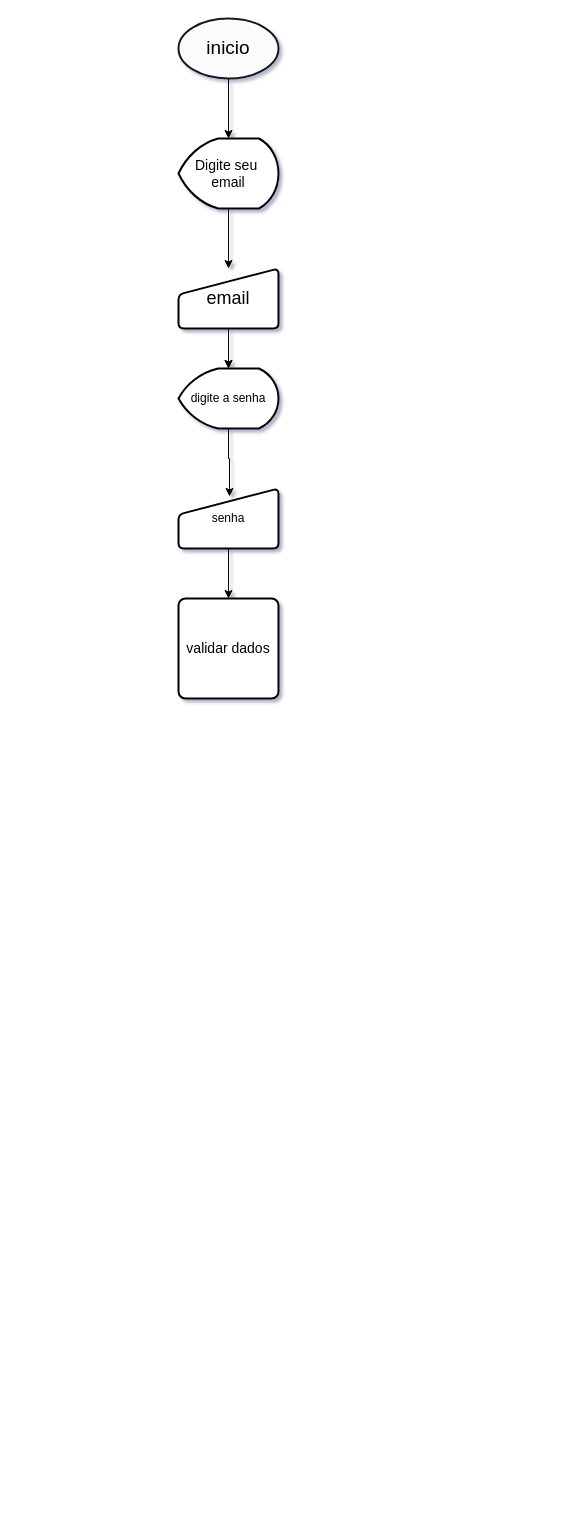
Before: Diagrama sem nome.drawio in keth894/Baby-book, a draw.io diagram. Source tidied: cells renumbered, new cells numbered last; positions are measured from the earlier drawing's top-left corner, leaving out a move shared by most shapes. Both pictures are drawn from the tidied source at 100%, with x=0, y=0 at pixel (178, 18).
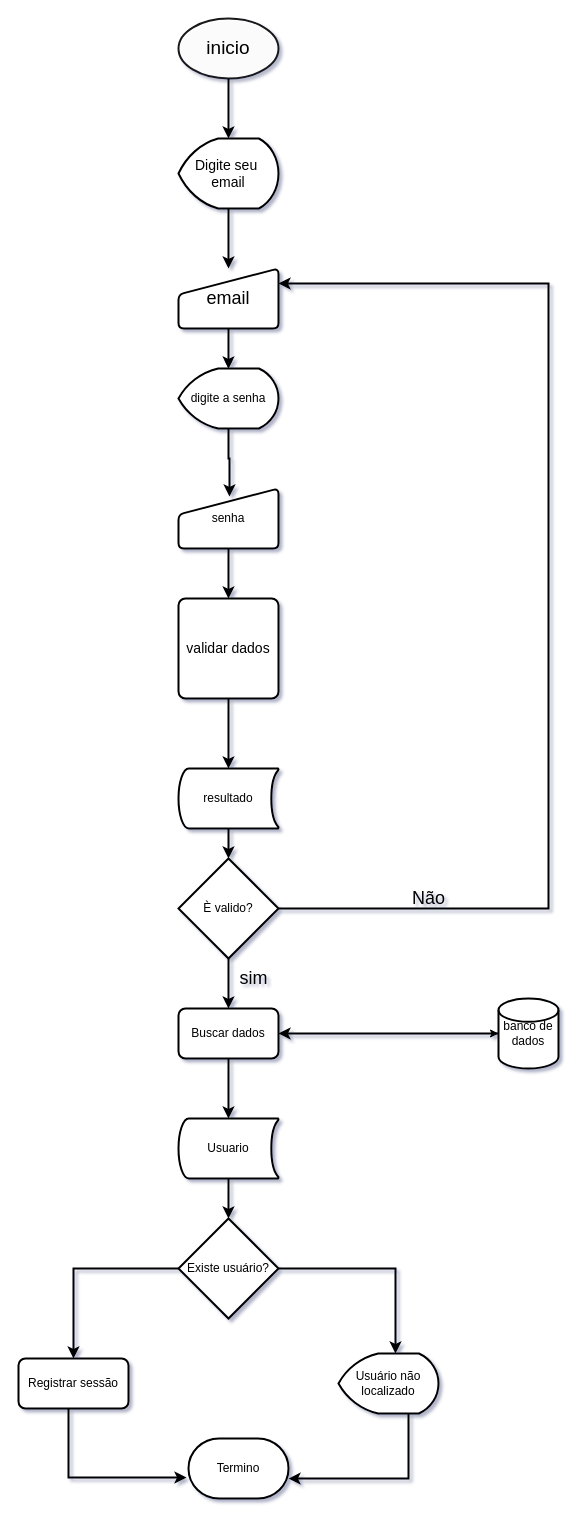
The same page after the edit.

Unchanged cells that the change refers to:
```xml
<mxCell id="4" value="inicio" style="strokeWidth=2;html=1;shape=mxgraph.flowchart.start_1;whiteSpace=wrap;perimeterSpacing=0;opacity=90;fontSize=19;strokeColor=#000000;" parent="1" vertex="1">
  <mxGeometry width="100" height="60" as="geometry" />
</mxCell>
<mxCell id="6" value="Digite seu&amp;nbsp;&lt;br style=&quot;font-size: 14px;&quot;&gt;email" style="strokeWidth=2;html=1;shape=mxgraph.flowchart.display;whiteSpace=wrap;fontSize=14;" parent="1" vertex="1">
  <mxGeometry y="120" width="100" height="70" as="geometry" />
</mxCell>
<mxCell id="9" value="email" style="html=1;strokeWidth=2;shape=manualInput;whiteSpace=wrap;rounded=1;size=26;arcSize=11;fontSize=18;" parent="1" vertex="1">
  <mxGeometry y="250" width="100" height="60" as="geometry" />
</mxCell>
<mxCell id="11" value="digite a senha" style="strokeWidth=2;html=1;shape=mxgraph.flowchart.display;whiteSpace=wrap;" parent="1" vertex="1">
  <mxGeometry y="350" width="100" height="60" as="geometry" />
</mxCell>
<mxCell id="13" value="senha" style="html=1;strokeWidth=2;shape=manualInput;whiteSpace=wrap;rounded=1;size=26;arcSize=11;" parent="1" vertex="1">
  <mxGeometry y="470" width="100" height="60" as="geometry" />
</mxCell>
<mxCell id="14" value="validar dados" style="rounded=1;whiteSpace=wrap;html=1;absoluteArcSize=1;arcSize=14;strokeWidth=2;fontSize=14;" parent="1" vertex="1">
  <mxGeometry y="580" width="100" height="100" as="geometry" />
</mxCell>
```

Change to the diagram source:
```diff
@@
-    <mxCell id="3" style="edgeStyle=orthogonalEdgeStyle;rounded=0;jettySize=auto;html=1;entryX=0.5;entryY=0;entryDx=0;entryDy=0;entryPerimeter=0;strokeColor=#000000;" parent="1" edge="1" source="4" target="6">
+    <mxCell id="3" style="edgeStyle=orthogonalEdgeStyle;rounded=0;jettySize=auto;html=1;entryX=0.5;entryY=0;entryDx=0;entryDy=0;entryPerimeter=0;strokeColor=#000000;strokeWidth=2;" parent="1" edge="1" source="4" target="6">
       <mxGeometry relative="1" as="geometry" />
     </mxCell>
@@
-    <mxCell id="5" style="edgeStyle=orthogonalEdgeStyle;rounded=0;jettySize=auto;html=1;strokeColor=#000000;" parent="1" edge="1" source="6" target="9">
+    <mxCell id="5" style="edgeStyle=orthogonalEdgeStyle;rounded=0;jettySize=auto;html=1;strokeColor=#000000;strokeWidth=2;" parent="1" edge="1" source="6" target="9">
       <mxGeometry relative="1" as="geometry" />
     </mxCell>
@@
-    <mxCell id="8" style="edgeStyle=orthogonalEdgeStyle;rounded=0;jettySize=auto;html=1;exitX=0.5;exitY=1;exitDx=0;exitDy=0;strokeColor=#000000;" parent="1" edge="1" source="9">
+    <mxCell id="8" style="edgeStyle=orthogonalEdgeStyle;rounded=0;jettySize=auto;html=1;exitX=0.5;exitY=1;exitDx=0;exitDy=0;strokeColor=#000000;strokeWidth=2;" parent="1" edge="1" source="9">
       <mxGeometry relative="1" as="geometry">
         <mxPoint x="50" y="350" as="targetPoint" />
       </mxGeometry>
     </mxCell>
@@
-    <mxCell id="10" style="edgeStyle=orthogonalEdgeStyle;rounded=0;jettySize=auto;html=1;exitX=0.5;exitY=1;exitDx=0;exitDy=0;exitPerimeter=0;entryX=0.51;entryY=0.133;entryDx=0;entryDy=0;entryPerimeter=0;strokeColor=#000000;" parent="1" edge="1" source="11" target="13">
+    <mxCell id="10" style="edgeStyle=orthogonalEdgeStyle;rounded=0;jettySize=auto;html=1;exitX=0.5;exitY=1;exitDx=0;exitDy=0;exitPerimeter=0;entryX=0.51;entryY=0.133;entryDx=0;entryDy=0;entryPerimeter=0;strokeColor=#000000;strokeWidth=2;" parent="1" edge="1" source="11" target="13">
       <mxGeometry relative="1" as="geometry" />
     </mxCell>
@@
-    <mxCell id="12" style="edgeStyle=orthogonalEdgeStyle;rounded=0;jettySize=auto;html=1;entryX=0.5;entryY=0;entryDx=0;entryDy=0;strokeColor=#000000;" parent="1" edge="1" source="13" target="14">
+    <mxCell id="12" style="edgeStyle=orthogonalEdgeStyle;rounded=0;jettySize=auto;html=1;entryX=0.5;entryY=0;entryDx=0;entryDy=0;strokeColor=#000000;strokeWidth=2;" parent="1" edge="1" source="13" target="14">
       <mxGeometry relative="1" as="geometry" />
     </mxCell>
@@
+    <mxCell id="15" style="edgeStyle=orthogonalEdgeStyle;rounded=0;jettySize=auto;html=1;entryX=0.5;entryY=0;entryDx=0;entryDy=0;entryPerimeter=0;strokeColor=#000000;strokeWidth=2;" parent="1" edge="1" source="14" target="17">
+      <mxGeometry relative="1" as="geometry" />
+    </mxCell>
@@
+    <mxCell id="16" style="edgeStyle=orthogonalEdgeStyle;rounded=0;jettySize=auto;html=1;entryX=0.5;entryY=0;entryDx=0;entryDy=0;entryPerimeter=0;strokeColor=#000000;strokeWidth=2;" parent="1" edge="1" source="17" target="20">
+      <mxGeometry relative="1" as="geometry" />
+    </mxCell>
+    <mxCell id="17" value="resultado" style="strokeWidth=2;html=1;shape=mxgraph.flowchart.stored_data;whiteSpace=wrap;" parent="1" vertex="1">
+      <mxGeometry y="750" width="100" height="60" as="geometry" />
+    </mxCell>
+    <mxCell id="18" style="edgeStyle=orthogonalEdgeStyle;rounded=0;jettySize=auto;html=1;entryX=1;entryY=0.25;entryDx=0;entryDy=0;strokeColor=#000000;strokeWidth=2;" parent="1" edge="1" source="20" target="9">
+      <mxGeometry relative="1" as="geometry">
+        <Array as="points">
+          <mxPoint x="370" y="890" />
+          <mxPoint x="370" y="265" />
+        </Array>
+      </mxGeometry>
+    </mxCell>
+    <mxCell id="19" style="edgeStyle=orthogonalEdgeStyle;rounded=0;jettySize=auto;html=1;exitX=0.5;exitY=1;exitDx=0;exitDy=0;exitPerimeter=0;entryX=0.5;entryY=0;entryDx=0;entryDy=0;strokeColor=#000000;strokeWidth=2;" parent="1" edge="1" source="20" target="23">
+      <mxGeometry relative="1" as="geometry" />
+    </mxCell>
+    <mxCell id="20" value="È valido?" style="strokeWidth=2;html=1;shape=mxgraph.flowchart.decision;whiteSpace=wrap;" parent="1" vertex="1">
+      <mxGeometry y="840" width="100" height="100" as="geometry" />
+    </mxCell>
+    <mxCell id="21" style="edgeStyle=orthogonalEdgeStyle;rounded=0;jettySize=auto;html=1;entryX=0;entryY=0.5;entryDx=0;entryDy=0;entryPerimeter=0;strokeColor=#000000;" parent="1" edge="1" source="23" target="26">
+      <mxGeometry relative="1" as="geometry" />
+    </mxCell>
+    <mxCell id="22" style="edgeStyle=orthogonalEdgeStyle;rounded=0;jettySize=auto;html=1;entryX=0.5;entryY=0;entryDx=0;entryDy=0;entryPerimeter=0;strokeColor=#000000;strokeWidth=2;" parent="1" edge="1" source="23" target="29">
+      <mxGeometry relative="1" as="geometry" />
+    </mxCell>
+    <mxCell id="23" value="Buscar dados" style="rounded=1;whiteSpace=wrap;html=1;absoluteArcSize=1;arcSize=14;strokeWidth=2;" parent="1" vertex="1">
+      <mxGeometry y="990" width="100" height="50" as="geometry" />
+    </mxCell>
+    <mxCell id="24" value="sim" style="text;html=1;align=center;verticalAlign=middle;fontColor=#000000;fontSize=18;" parent="1" vertex="1">
+      <mxGeometry x="50" y="940" width="50" height="40" as="geometry" />
+    </mxCell>
+    <mxCell id="25" style="edgeStyle=orthogonalEdgeStyle;rounded=0;jettySize=auto;html=1;exitX=0;exitY=0.5;exitDx=0;exitDy=0;exitPerimeter=0;entryX=1;entryY=0.5;entryDx=0;entryDy=0;strokeColor=#000000;strokeWidth=2;" parent="1" edge="1" source="26" target="23">
+      <mxGeometry relative="1" as="geometry" />
+    </mxCell>
+    <mxCell id="26" value="banco de&lt;br&gt;dados" style="strokeWidth=2;html=1;shape=mxgraph.flowchart.database;whiteSpace=wrap;" parent="1" vertex="1">
+      <mxGeometry x="320" y="980" width="60" height="70" as="geometry" />
+    </mxCell>
+    <mxCell id="27" value="&lt;font style=&quot;font-size: 18px;&quot; color=&quot;#000000&quot;&gt;Não&lt;/font&gt;" style="text;html=1;align=center;verticalAlign=middle;strokeColor=none;fillColor=none;" parent="1" vertex="1">
+      <mxGeometry x="220" y="860" width="60" height="40" as="geometry" />
+    </mxCell>
+    <mxCell id="28" style="edgeStyle=orthogonalEdgeStyle;rounded=0;jettySize=auto;html=1;exitX=0.5;exitY=1;exitDx=0;exitDy=0;exitPerimeter=0;entryX=0.5;entryY=0;entryDx=0;entryDy=0;entryPerimeter=0;strokeColor=#000000;strokeWidth=2;" parent="1" edge="1" source="29" target="32">
+      <mxGeometry relative="1" as="geometry" />
+    </mxCell>
+    <mxCell id="29" value="Usuario" style="strokeWidth=2;html=1;shape=mxgraph.flowchart.stored_data;whiteSpace=wrap;" parent="1" vertex="1">
+      <mxGeometry y="1100" width="100" height="60" as="geometry" />
+    </mxCell>
+    <mxCell id="30" style="edgeStyle=orthogonalEdgeStyle;rounded=0;jettySize=auto;html=1;exitX=0;exitY=0.5;exitDx=0;exitDy=0;exitPerimeter=0;entryX=0.5;entryY=0;entryDx=0;entryDy=0;strokeColor=#000000;strokeWidth=2;" parent="1" edge="1" source="32" target="34">
+      <mxGeometry relative="1" as="geometry" />
+    </mxCell>
+    <mxCell id="31" style="edgeStyle=orthogonalEdgeStyle;rounded=0;jettySize=auto;html=1;entryX=0.57;entryY=0;entryDx=0;entryDy=0;entryPerimeter=0;strokeColor=#000000;strokeWidth=2;" parent="1" edge="1" source="32" target="36">
+      <mxGeometry relative="1" as="geometry" />
+    </mxCell>
+    <mxCell id="32" value="Existe usuário?" style="strokeWidth=2;html=1;shape=mxgraph.flowchart.decision;whiteSpace=wrap;" parent="1" vertex="1">
+      <mxGeometry y="1200" width="100" height="100" as="geometry" />
+    </mxCell>
+    <mxCell id="33" style="edgeStyle=orthogonalEdgeStyle;rounded=0;jettySize=auto;html=1;entryX=-0.02;entryY=0.65;entryDx=0;entryDy=0;entryPerimeter=0;strokeColor=#000000;strokeWidth=2;" parent="1" edge="1" source="34" target="37">
+      <mxGeometry relative="1" as="geometry">
+        <Array as="points">
+          <mxPoint x="-110" y="1459" />
+        </Array>
+      </mxGeometry>
+    </mxCell>
+    <mxCell id="34" value="Registrar sessão" style="rounded=1;whiteSpace=wrap;html=1;absoluteArcSize=1;arcSize=14;strokeWidth=2;" parent="1" vertex="1">
+      <mxGeometry x="-160" y="1340" width="110" height="50" as="geometry" />
+    </mxCell>
+    <mxCell id="35" style="edgeStyle=orthogonalEdgeStyle;rounded=0;jettySize=auto;html=1;entryX=1;entryY=0.667;entryDx=0;entryDy=0;entryPerimeter=0;strokeColor=#000000;strokeWidth=2;" parent="1" edge="1" source="36" target="37">
+      <mxGeometry relative="1" as="geometry">
+        <Array as="points">
+          <mxPoint x="230" y="1460" />
+        </Array>
+      </mxGeometry>
+    </mxCell>
+    <mxCell id="36" value="Usuário não&lt;br&gt;localizado" style="strokeWidth=2;html=1;shape=mxgraph.flowchart.display;whiteSpace=wrap;" parent="1" vertex="1">
+      <mxGeometry x="160" y="1335" width="100" height="60" as="geometry" />
+    </mxCell>
+    <mxCell id="37" value="Termino" style="strokeWidth=2;html=1;shape=mxgraph.flowchart.terminator;whiteSpace=wrap;" parent="1" vertex="1">
+      <mxGeometry x="10" y="1420" width="100" height="60" as="geometry" />
+    </mxCell>
```
